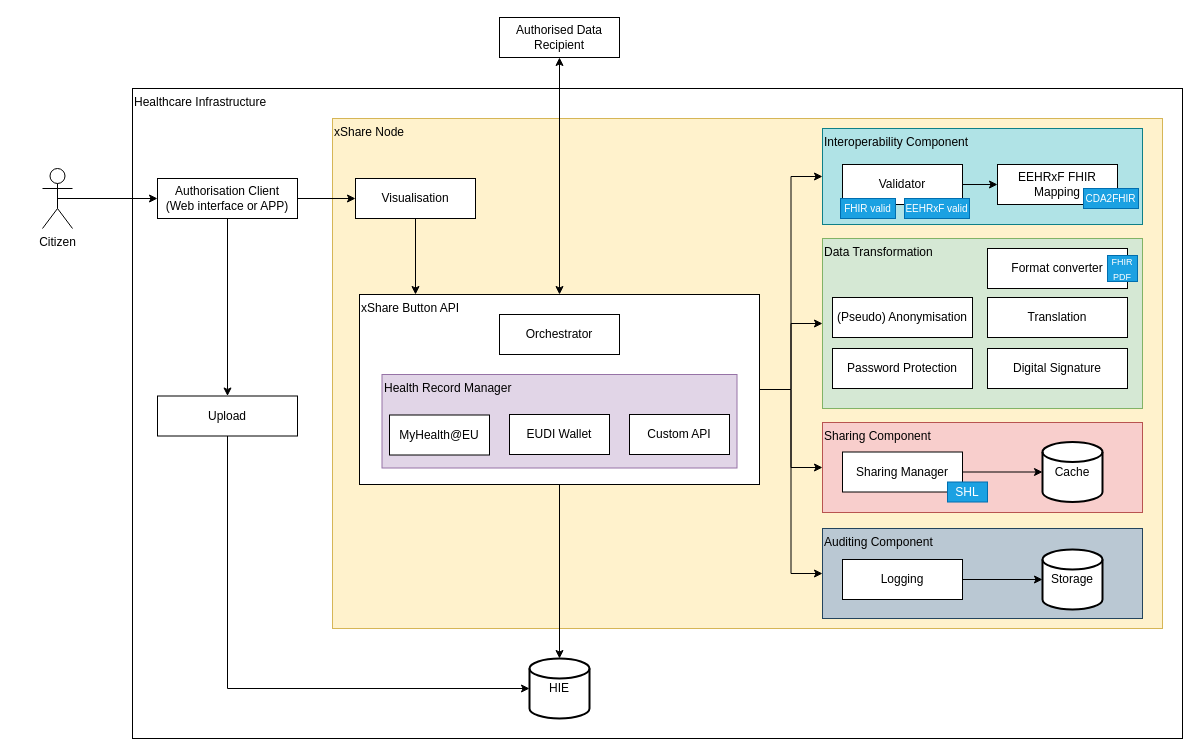
Before: input/images-source/button_components.drawio in hl7-eu/xShare, a draw.io diagram. Source tidied: cells renumbered, new cells numbered last; positions are measured from the earlier drawing's top-left corner, leaving out a move shared by most shapes. Both pictures are drawn from the tidied source at 100%, with x=0, y=0 at pixel (42, 17).
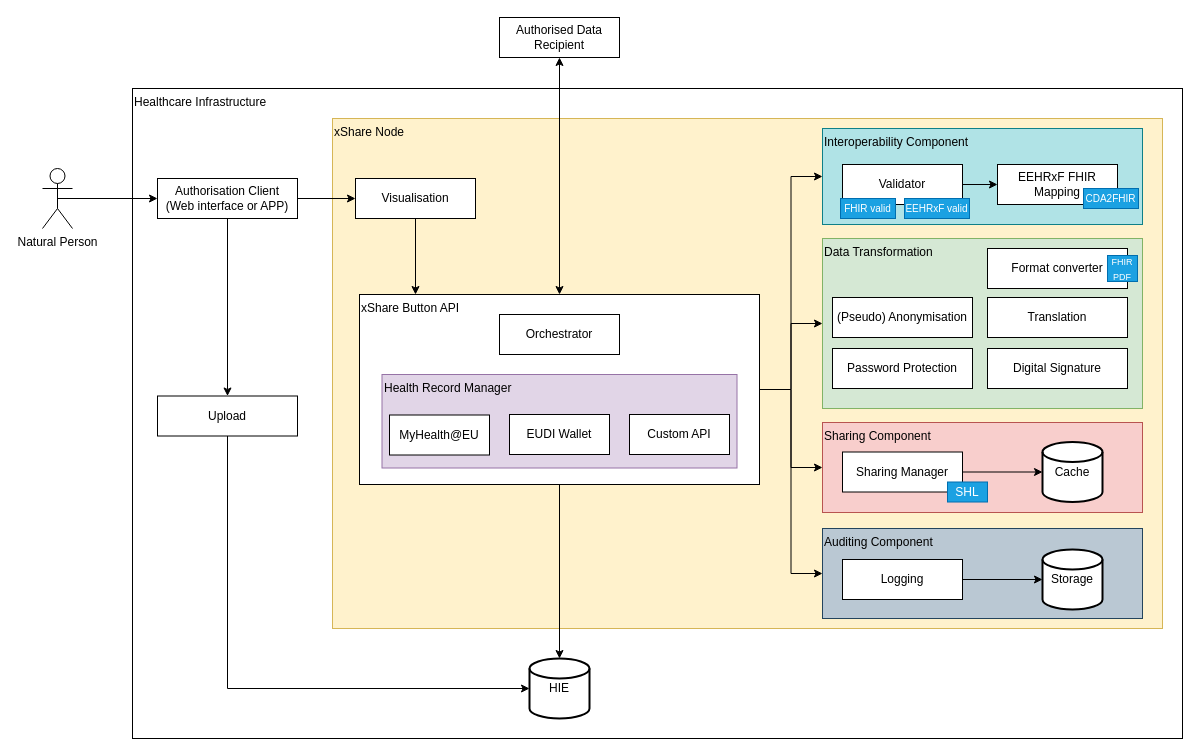
The same diagram, later.

The edit, as a diff of the source:
```diff
@@
-    <mxCell id="25" value="Citizen" style="shape=umlActor;verticalLabelPosition=bottom;verticalAlign=top;html=1;outlineConnect=0;" parent="1" vertex="1">
+    <mxCell id="25" value="Natural Person" style="shape=umlActor;verticalLabelPosition=bottom;verticalAlign=top;html=1;outlineConnect=0;" parent="1" vertex="1">
       <mxGeometry y="151" width="30" height="60" as="geometry" />
     </mxCell>
```
